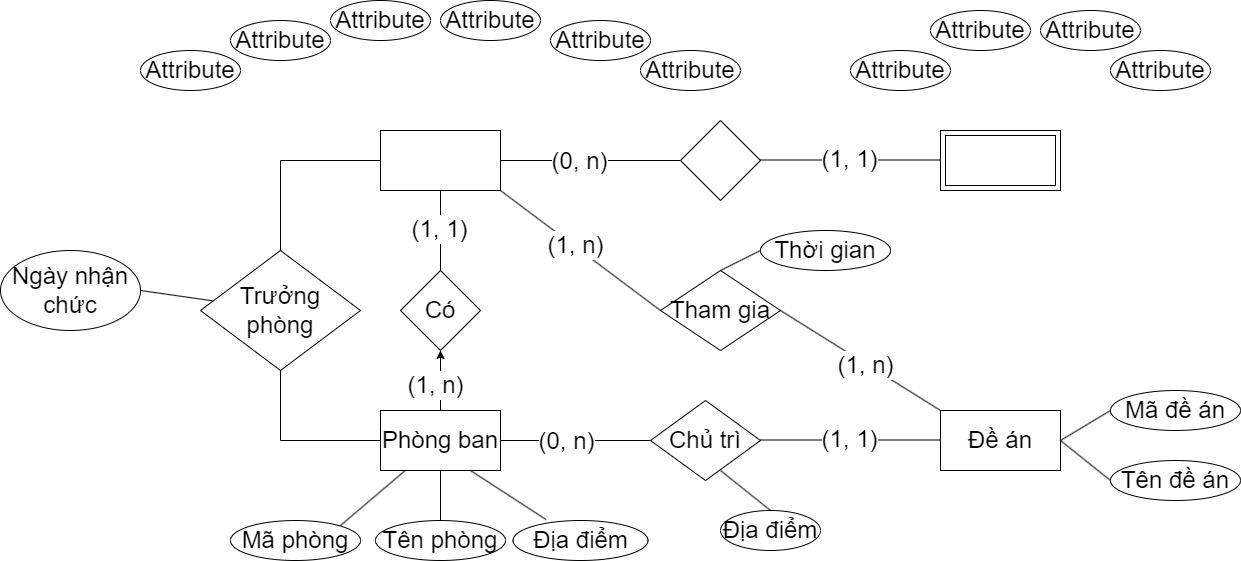
datnham0212/learning keeps this draw.io diagram as Chương 2.png. Above is the earlier version. Source tidied: cells renumbered, new cells last; positions are measured from the earlier drawing's top-left corner, leaving out a move shared by most shapes.
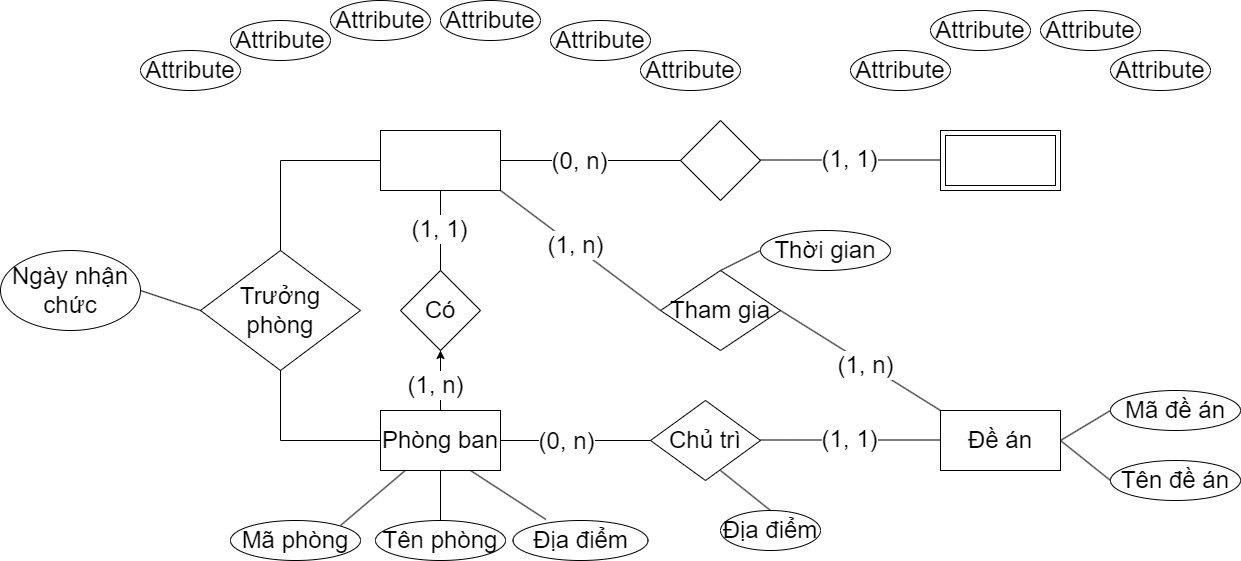
The same diagram one commit later.

The edit, as a diff of the source:
```diff
@@ -181,7 +181,7 @@
     <mxCell id="47" value="Ngày nhận chức" style="ellipse;whiteSpace=wrap;html=1;align=center;fontSize=24;" parent="1" vertex="1">
       <mxGeometry y="250" width="140" height="80" as="geometry" />
     </mxCell>
-    <mxCell id="48" style="endArrow=none;html=1;rounded=0;fontSize=24;exitX=1;exitY=0.5;exitDx=0;exitDy=0;" parent="1" edge="1" source="47" target="46">
+    <mxCell id="48" style="endArrow=none;html=1;rounded=0;fontSize=24;exitX=1;exitY=0.5;exitDx=0;exitDy=0;entryX=0;entryY=0.5;entryDx=0;entryDy=0;" parent="1" edge="1" source="47" target="46">
       <mxGeometry relative="1" as="geometry" />
     </mxCell>
     <mxCell id="49" style="endArrow=none;html=1;rounded=0;entryX=0;entryY=0.5;entryDx=0;entryDy=0;" parent="1" edge="1" target="43">
```
